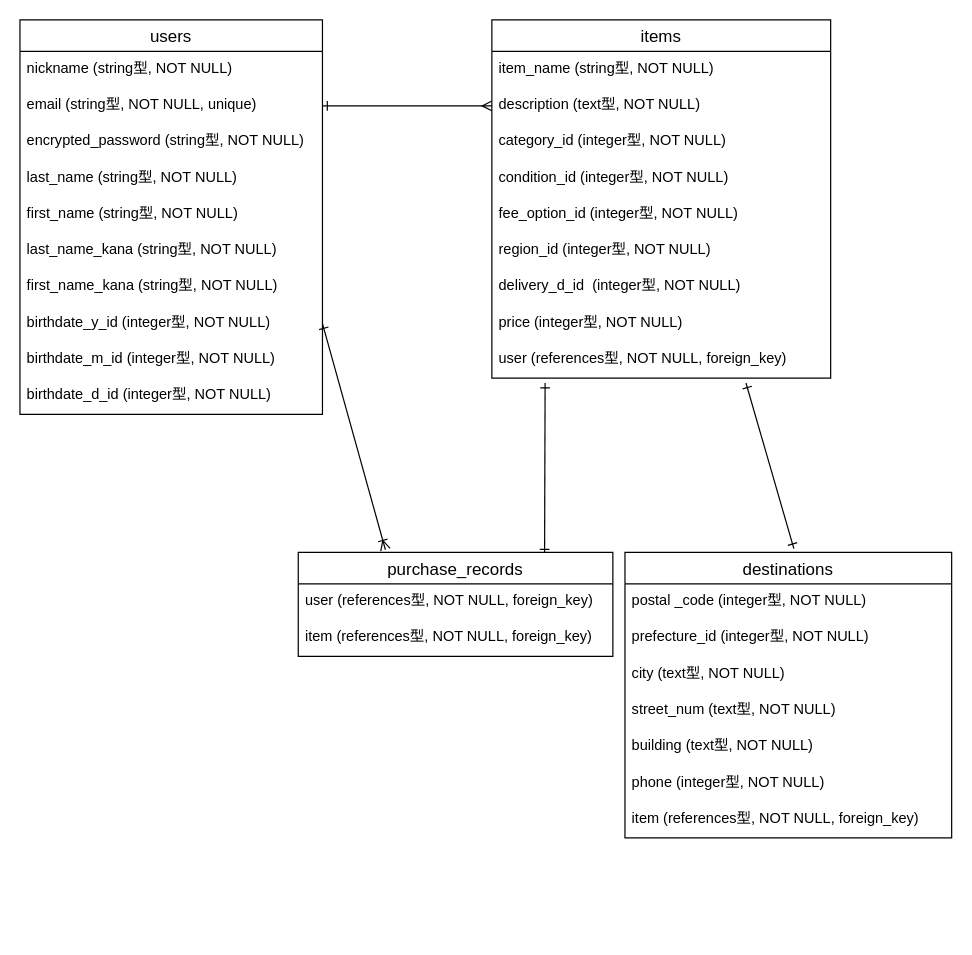
Before: furima-39636.dio in odiodi0923/furima-39636, a draw.io diagram. Source tidied: cells renumbered, new cells numbered last; positions are measured from the earlier drawing's top-left corner, leaving out a move shared by most shapes. Both pictures are drawn from the tidied source at 121%, with x=0, y=0 at pixel (19, 19).
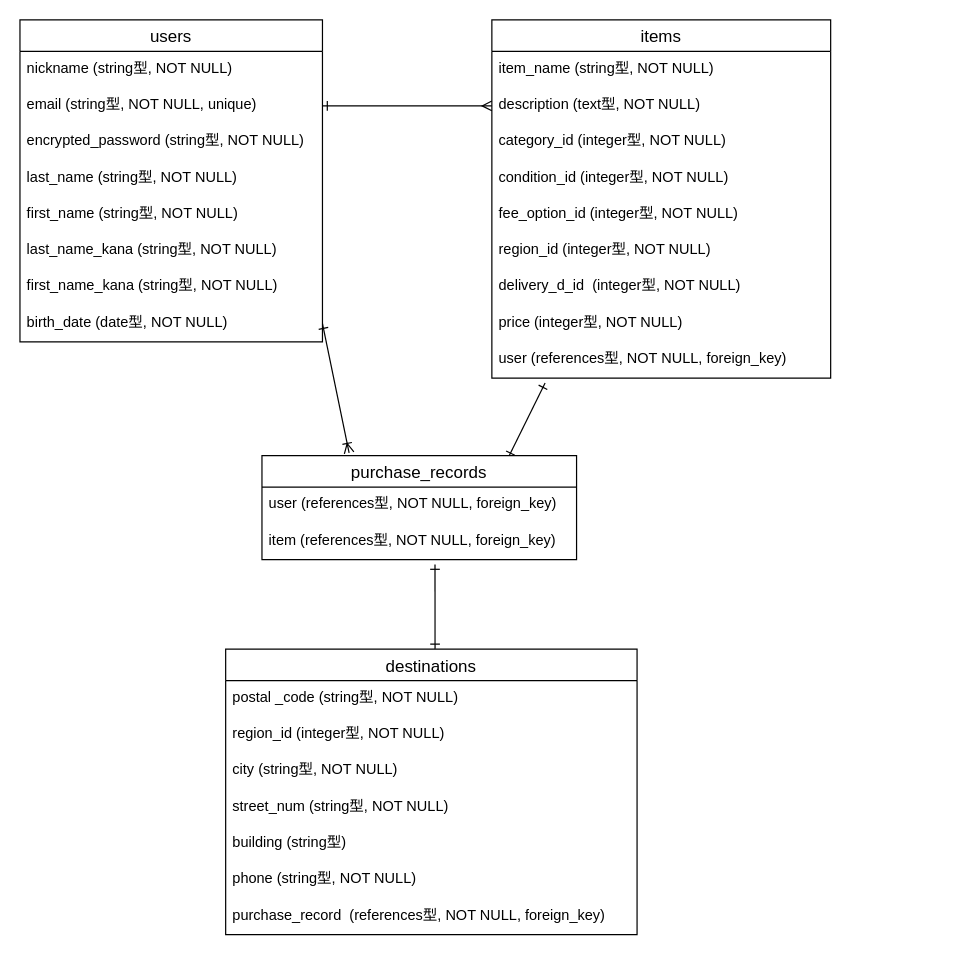
After the change.

Commit message (it also covers changes not shown here):
コードレビュー修正

What changed in the source:
```diff
@@
     <mxCell id="2" value="users" style="swimlane;fontStyle=0;horizontal=1;startSize=26;align=center;fontSize=14;" parent="1" vertex="1">
-      <mxGeometry width="250" height="326" as="geometry" />
+      <mxGeometry width="250" height="266" as="geometry" />
     </mxCell>
@@
-    <mxCell id="10" value="birthdate_y_id (integer型, NOT NULL)" style="text;strokeColor=none;fillColor=none;spacingLeft=4;spacingRight=4;overflow=hidden;points=[[0,0.5],[1,0.5]];portConstraint=eastwest;fontSize=12;" parent="2" vertex="1">
+    <mxCell id="10" value="birth_date (date型, NOT NULL)" style="text;strokeColor=none;fillColor=none;spacingLeft=4;spacingRight=4;overflow=hidden;points=[[0,0.5],[1,0.5]];portConstraint=eastwest;fontSize=12;" parent="2" vertex="1">
       <mxGeometry y="236" width="250" height="30" as="geometry" />
     </mxCell>
-    <mxCell id="11" value="birthdate_m_id (integer型, NOT NULL)" style="text;strokeColor=none;fillColor=none;spacingLeft=4;spacingRight=4;overflow=hidden;fontSize=12;" parent="2" vertex="1">
-      <mxGeometry y="266" width="250" height="30" as="geometry" />
-    </mxCell>
-    <mxCell id="12" value="birthdate_d_id (integer型, NOT NULL)" style="text;strokeColor=none;fillColor=none;spacingLeft=4;spacingRight=4;overflow=hidden;fontSize=12;" parent="2" vertex="1">
-      <mxGeometry y="296" width="250" height="30" as="geometry" />
-    </mxCell>
-    <mxCell id="13" style="edgeStyle=none;html=1;startArrow=ERone;startFill=0;endArrow=ERone;endFill=0;entryX=0.517;entryY=-0.013;entryDx=0;entryDy=0;entryPerimeter=0;" parent="1" edge="1" target="25">
-      <mxGeometry relative="1" as="geometry">
-        <mxPoint x="600" y="300" as="sourcePoint" />
-      </mxGeometry>
-    </mxCell>
@@
+    <mxCell id="38" style="edgeStyle=none;html=1;exitX=0.509;exitY=-0.001;exitDx=0;exitDy=0;startArrow=ERone;startFill=0;endArrow=ERone;endFill=0;exitPerimeter=0;" parent="1" edge="1" source="25">
+      <mxGeometry relative="1" as="geometry">
+        <mxPoint x="343" y="450" as="targetPoint" />
+      </mxGeometry>
+    </mxCell>
     <mxCell id="25" value="destinations" style="swimlane;fontStyle=0;horizontal=1;startSize=26;align=center;fontSize=14;" parent="1" vertex="1">
-      <mxGeometry x="500" y="440" width="270" height="236" as="geometry" />
+      <mxGeometry x="170" y="520" width="340" height="236" as="geometry" />
     </mxCell>
-    <mxCell id="26" value="postal _code (integer型, NOT NULL)" style="text;strokeColor=none;fillColor=none;spacingLeft=4;spacingRight=4;overflow=hidden;fontSize=12;" parent="25" vertex="1">
-      <mxGeometry y="26" width="270" height="30" as="geometry" />
+    <mxCell id="26" value="postal _code (string型, NOT NULL)" style="text;strokeColor=none;fillColor=none;spacingLeft=4;spacingRight=4;overflow=hidden;fontSize=12;" parent="25" vertex="1">
+      <mxGeometry y="26" width="340" height="30" as="geometry" />
     </mxCell>
-    <mxCell id="27" value="prefecture_id (integer型, NOT NULL)" style="text;strokeColor=none;fillColor=none;spacingLeft=4;spacingRight=4;overflow=hidden;fontSize=12;" parent="25" vertex="1">
-      <mxGeometry y="56" width="270" height="30" as="geometry" />
+    <mxCell id="27" value="region_id (integer型, NOT NULL)" style="text;strokeColor=none;fillColor=none;spacingLeft=4;spacingRight=4;overflow=hidden;fontSize=12;" parent="25" vertex="1">
+      <mxGeometry y="56" width="340" height="30" as="geometry" />
     </mxCell>
-    <mxCell id="28" value="city (text型, NOT NULL)" style="text;strokeColor=none;fillColor=none;spacingLeft=4;spacingRight=4;overflow=hidden;fontSize=12;" parent="25" vertex="1">
-      <mxGeometry y="86" width="270" height="30" as="geometry" />
+    <mxCell id="28" value="city (string型, NOT NULL)" style="text;strokeColor=none;fillColor=none;spacingLeft=4;spacingRight=4;overflow=hidden;fontSize=12;" parent="25" vertex="1">
+      <mxGeometry y="86" width="340" height="30" as="geometry" />
     </mxCell>
-    <mxCell id="29" value="street_num (text型, NOT NULL)" style="text;strokeColor=none;fillColor=none;spacingLeft=4;spacingRight=4;overflow=hidden;fontSize=12;" parent="25" vertex="1">
-      <mxGeometry y="116" width="270" height="30" as="geometry" />
+    <mxCell id="29" value="street_num (string型, NOT NULL)" style="text;strokeColor=none;fillColor=none;spacingLeft=4;spacingRight=4;overflow=hidden;fontSize=12;" parent="25" vertex="1">
+      <mxGeometry y="116" width="340" height="30" as="geometry" />
     </mxCell>
-    <mxCell id="30" value="building (text型, NOT NULL)" style="text;strokeColor=none;fillColor=none;spacingLeft=4;spacingRight=4;overflow=hidden;fontSize=12;" parent="25" vertex="1">
-      <mxGeometry y="146" width="270" height="30" as="geometry" />
+    <mxCell id="30" value="building (string型)" style="text;strokeColor=none;fillColor=none;spacingLeft=4;spacingRight=4;overflow=hidden;fontSize=12;" parent="25" vertex="1">
+      <mxGeometry y="146" width="340" height="30" as="geometry" />
     </mxCell>
-    <mxCell id="31" value="phone (integer型, NOT NULL)" style="text;strokeColor=none;fillColor=none;spacingLeft=4;spacingRight=4;overflow=hidden;fontSize=12;" parent="25" vertex="1">
-      <mxGeometry y="176" width="270" height="30" as="geometry" />
+    <mxCell id="31" value="phone (string型, NOT NULL)" style="text;strokeColor=none;fillColor=none;spacingLeft=4;spacingRight=4;overflow=hidden;fontSize=12;" parent="25" vertex="1">
+      <mxGeometry y="176" width="340" height="30" as="geometry" />
     </mxCell>
-    <mxCell id="32" value="item (references型, NOT NULL, foreign_key)" style="text;strokeColor=none;fillColor=none;spacingLeft=4;spacingRight=4;overflow=hidden;fontSize=12;" parent="25" vertex="1">
-      <mxGeometry y="206" width="270" height="30" as="geometry" />
+    <mxCell id="32" value="purchase_record  (references型, NOT NULL, foreign_key)" style="text;strokeColor=none;fillColor=none;spacingLeft=4;spacingRight=4;overflow=hidden;fontSize=12;" parent="25" vertex="1">
+      <mxGeometry y="206" width="340" height="30" as="geometry" />
     </mxCell>
@@
     <mxCell id="34" value="purchase_records" style="swimlane;fontStyle=0;horizontal=1;startSize=26;align=center;fontSize=14;" parent="1" vertex="1">
-      <mxGeometry x="230" y="440" width="260" height="86" as="geometry" />
+      <mxGeometry x="200" y="360" width="260" height="86" as="geometry" />
     </mxCell>
```
